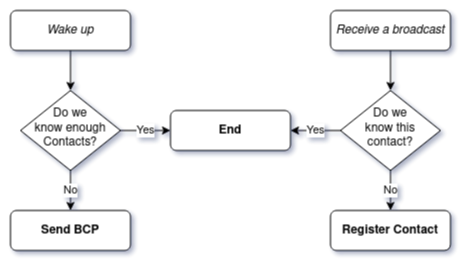
This is doc/BCP.png from sami-dca/sami_dca, a draw.io export, as it was before one commit. Source tidied: cells renumbered, new cells last; positions are measured from the earlier drawing's top-left corner, leaving out a move shared by most shapes.
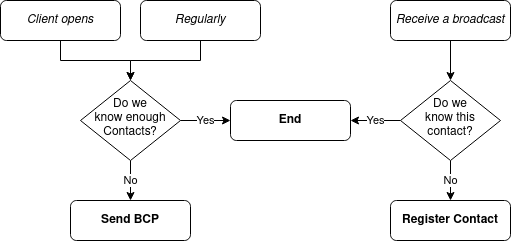
After the commit.

Diff of the diagram source:
```diff
@@ -5,8 +5,8 @@
     <mxCell id="2" style="edgeStyle=orthogonalEdgeStyle;rounded=0;jettySize=auto;html=1;" parent="1" edge="1" source="3" target="6">
       <mxGeometry relative="1" as="geometry" />
     </mxCell>
-    <mxCell id="3" value="Wake up" style="rounded=1;whiteSpace=wrap;html=1;fontSize=12;glass=0;strokeWidth=1;shadow=0;fontStyle=2;" parent="1" vertex="1">
-      <mxGeometry width="120" height="40" as="geometry" />
+    <mxCell id="3" value="Regularly" style="rounded=1;whiteSpace=wrap;html=1;fontSize=12;glass=0;strokeWidth=1;shadow=0;fontStyle=2;" parent="1" vertex="1">
+      <mxGeometry x="70" width="120" height="40" as="geometry" />
     </mxCell>
     <mxCell id="4" value="No" style="edgeStyle=orthogonalEdgeStyle;rounded=0;jettySize=auto;html=1;exitX=0.5;exitY=1;exitDx=0;exitDy=0;" parent="1" edge="1" source="6" target="7">
       <mxGeometry relative="1" as="geometry" />
@@ -41,5 +41,11 @@
     <mxCell id="14" value="Register Contact" style="rounded=1;whiteSpace=wrap;html=1;fontSize=12;glass=0;strokeWidth=1;shadow=0;fontStyle=1;" parent="1" vertex="1">
       <mxGeometry x="320" y="200" width="120" height="40" as="geometry" />
     </mxCell>
+    <mxCell id="15" style="edgeStyle=orthogonalEdgeStyle;rounded=0;jettySize=auto;html=1;" parent="1" edge="1" source="16" target="6">
+      <mxGeometry relative="1" as="geometry" />
+    </mxCell>
+    <mxCell id="16" value="Client opens" style="rounded=1;whiteSpace=wrap;html=1;fontSize=12;glass=0;strokeWidth=1;shadow=0;fontStyle=2;" parent="1" vertex="1">
+      <mxGeometry x="-70" width="120" height="40" as="geometry" />
+    </mxCell>
   </root>
 </mxGraphModel>
```
